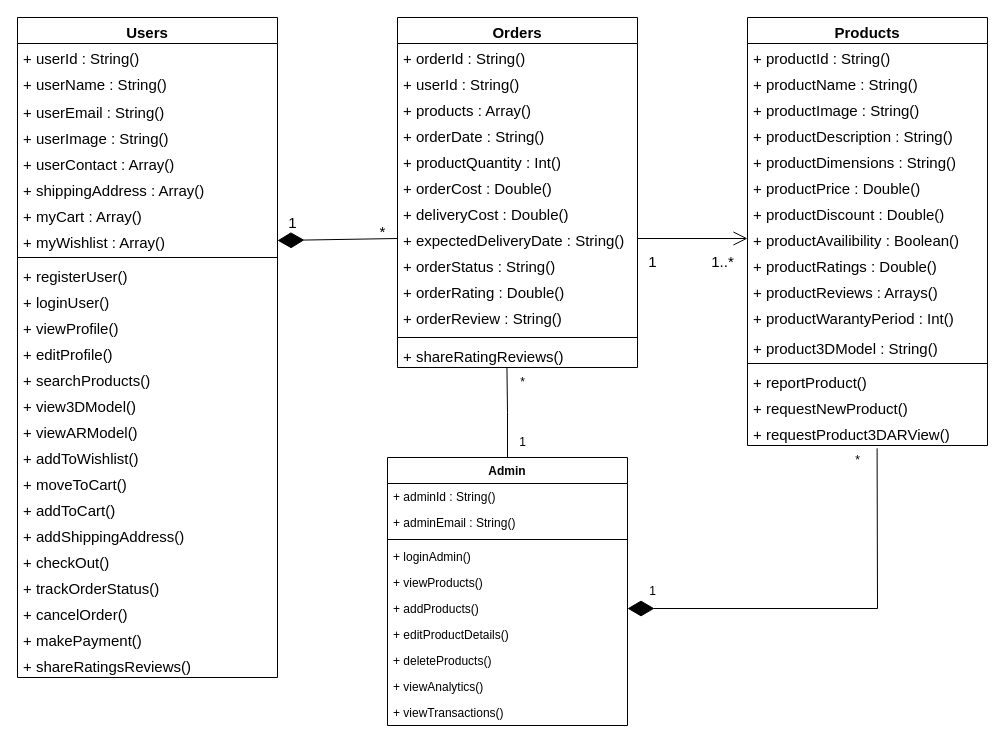
Above: classDiagram.drawio in v1kasjaiswal/UnrealFurniture (draw.io), before the change. Source tidied: cells renumbered, new cells numbered last; positions are measured from the earlier drawing's top-left corner, leaving out a move shared by most shapes. Both pictures are drawn from the tidied source at 100%, with x=0, y=0 at pixel (17, 17).
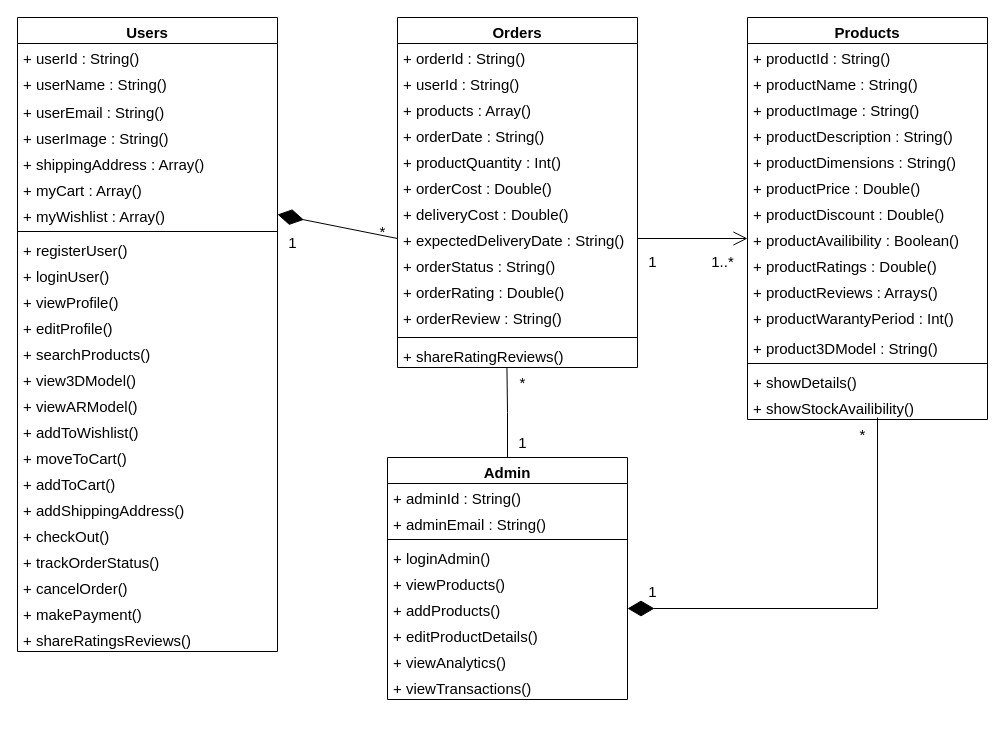
Above is the later version.

The edit, as a diff of the source:
```diff
@@
     <mxCell id="2" value="Users" style="swimlane;fontStyle=1;align=center;verticalAlign=top;horizontal=1;startSize=26;whiteSpace=wrap;html=1;fontSize=15;" parent="1" vertex="1">
-      <mxGeometry width="260" height="660" as="geometry" />
+      <mxGeometry width="260" height="634" as="geometry" />
     </mxCell>
@@
-    <mxCell id="7" value="+ userContact : Array()" style="text;strokeColor=none;fillColor=none;align=left;verticalAlign=top;spacingLeft=4;spacingRight=4;overflow=hidden;whiteSpace=wrap;html=1;fontSize=15;" parent="2" vertex="1">
-      <mxGeometry y="132" width="260" height="26" as="geometry" />
-    </mxCell>
     <mxCell id="8" value="+ shippingAddress : Array()" style="text;strokeColor=none;fillColor=none;align=left;verticalAlign=top;spacingLeft=4;spacingRight=4;overflow=hidden;whiteSpace=wrap;html=1;fontSize=15;" parent="2" vertex="1">
-      <mxGeometry y="158" width="260" height="26" as="geometry" />
+      <mxGeometry y="132" width="260" height="26" as="geometry" />
     </mxCell>
     <mxCell id="9" value="+ myCart : Array()" style="text;strokeColor=none;fillColor=none;align=left;verticalAlign=top;spacingLeft=4;spacingRight=4;overflow=hidden;whiteSpace=wrap;html=1;fontSize=15;" parent="2" vertex="1">
-      <mxGeometry y="184" width="260" height="26" as="geometry" />
+      <mxGeometry y="158" width="260" height="26" as="geometry" />
     </mxCell>
     <mxCell id="10" value="+ myWishlist : Array()" style="text;strokeColor=none;fillColor=none;align=left;verticalAlign=top;spacingLeft=4;spacingRight=4;overflow=hidden;points=[[0,0.5],[1,0.5]];portConstraint=eastwest;whiteSpace=wrap;html=1;fontSize=15;" parent="2" vertex="1">
-      <mxGeometry y="210" width="260" height="26" as="geometry" />
+      <mxGeometry y="184" width="260" height="26" as="geometry" />
     </mxCell>
     <mxCell id="11" style="line;strokeWidth=1;fillColor=none;align=left;verticalAlign=middle;spacingTop=-1;spacingLeft=3;spacingRight=3;labelPosition=right;strokeColor=inherit;fontSize=15;" parent="2" vertex="1">
-      <mxGeometry y="236" width="260" height="8" as="geometry" />
+      <mxGeometry y="210" width="260" height="8" as="geometry" />
     </mxCell>
     <mxCell id="12" value="+ registerUser()" style="text;strokeColor=none;fillColor=none;align=left;verticalAlign=top;spacingLeft=4;spacingRight=4;overflow=hidden;whiteSpace=wrap;html=1;fontSize=15;" parent="2" vertex="1">
-      <mxGeometry y="244" width="260" height="26" as="geometry" />
+      <mxGeometry y="218" width="260" height="26" as="geometry" />
     </mxCell>
     <mxCell id="13" value="+ loginUser()" style="text;strokeColor=none;fillColor=none;align=left;verticalAlign=top;spacingLeft=4;spacingRight=4;overflow=hidden;whiteSpace=wrap;html=1;fontSize=15;" parent="2" vertex="1">
-      <mxGeometry y="270" width="260" height="26" as="geometry" />
+      <mxGeometry y="244" width="260" height="26" as="geometry" />
     </mxCell>
     <mxCell id="14" value="+ viewProfile()" style="text;strokeColor=none;fillColor=none;align=left;verticalAlign=top;spacingLeft=4;spacingRight=4;overflow=hidden;whiteSpace=wrap;html=1;fontSize=15;" parent="2" vertex="1">
-      <mxGeometry y="296" width="260" height="26" as="geometry" />
+      <mxGeometry y="270" width="260" height="26" as="geometry" />
     </mxCell>
     <mxCell id="15" value="+ editProfile()" style="text;strokeColor=none;fillColor=none;align=left;verticalAlign=top;spacingLeft=4;spacingRight=4;overflow=hidden;whiteSpace=wrap;html=1;fontSize=15;" parent="2" vertex="1">
-      <mxGeometry y="322" width="260" height="26" as="geometry" />
+      <mxGeometry y="296" width="260" height="26" as="geometry" />
     </mxCell>
     <mxCell id="16" value="+ searchProducts()" style="text;strokeColor=none;fillColor=none;align=left;verticalAlign=top;spacingLeft=4;spacingRight=4;overflow=hidden;whiteSpace=wrap;html=1;fontSize=15;" parent="2" vertex="1">
-      <mxGeometry y="348" width="260" height="26" as="geometry" />
+      <mxGeometry y="322" width="260" height="26" as="geometry" />
     </mxCell>
     <mxCell id="17" value="+ view3DModel()" style="text;strokeColor=none;fillColor=none;align=left;verticalAlign=top;spacingLeft=4;spacingRight=4;overflow=hidden;whiteSpace=wrap;html=1;fontSize=15;" parent="2" vertex="1">
-      <mxGeometry y="374" width="260" height="26" as="geometry" />
+      <mxGeometry y="348" width="260" height="26" as="geometry" />
     </mxCell>
     <mxCell id="18" value="+ viewARModel()" style="text;strokeColor=none;fillColor=none;align=left;verticalAlign=top;spacingLeft=4;spacingRight=4;overflow=hidden;whiteSpace=wrap;html=1;fontSize=15;" parent="2" vertex="1">
-      <mxGeometry y="400" width="260" height="26" as="geometry" />
+      <mxGeometry y="374" width="260" height="26" as="geometry" />
     </mxCell>
     <mxCell id="19" value="+ addToWishlist()" style="text;strokeColor=none;fillColor=none;align=left;verticalAlign=top;spacingLeft=4;spacingRight=4;overflow=hidden;whiteSpace=wrap;html=1;fontSize=15;" parent="2" vertex="1">
-      <mxGeometry y="426" width="260" height="26" as="geometry" />
+      <mxGeometry y="400" width="260" height="26" as="geometry" />
     </mxCell>
     <mxCell id="20" value="+ moveToCart()" style="text;strokeColor=none;fillColor=none;align=left;verticalAlign=top;spacingLeft=4;spacingRight=4;overflow=hidden;whiteSpace=wrap;html=1;fontSize=15;" parent="2" vertex="1">
-      <mxGeometry y="452" width="260" height="26" as="geometry" />
+      <mxGeometry y="426" width="260" height="26" as="geometry" />
     </mxCell>
     <mxCell id="21" value="+ addToCart()" style="text;strokeColor=none;fillColor=none;align=left;verticalAlign=top;spacingLeft=4;spacingRight=4;overflow=hidden;whiteSpace=wrap;html=1;fontSize=15;" parent="2" vertex="1">
-      <mxGeometry y="478" width="260" height="26" as="geometry" />
+      <mxGeometry y="452" width="260" height="26" as="geometry" />
     </mxCell>
     <mxCell id="22" value="+ addShippingAddress()" style="text;strokeColor=none;fillColor=none;align=left;verticalAlign=top;spacingLeft=4;spacingRight=4;overflow=hidden;whiteSpace=wrap;html=1;fontSize=15;" parent="2" vertex="1">
-      <mxGeometry y="504" width="260" height="26" as="geometry" />
+      <mxGeometry y="478" width="260" height="26" as="geometry" />
     </mxCell>
     <mxCell id="23" value="+ checkOut()" style="text;strokeColor=none;fillColor=none;align=left;verticalAlign=top;spacingLeft=4;spacingRight=4;overflow=hidden;whiteSpace=wrap;html=1;fontSize=15;" parent="2" vertex="1">
-      <mxGeometry y="530" width="260" height="26" as="geometry" />
+      <mxGeometry y="504" width="260" height="26" as="geometry" />
     </mxCell>
     <mxCell id="24" value="+ trackOrderStatus()" style="text;strokeColor=none;fillColor=none;align=left;verticalAlign=top;spacingLeft=4;spacingRight=4;overflow=hidden;whiteSpace=wrap;html=1;fontSize=15;" parent="2" vertex="1">
-      <mxGeometry y="556" width="260" height="26" as="geometry" />
+      <mxGeometry y="530" width="260" height="26" as="geometry" />
     </mxCell>
     <mxCell id="25" value="+ cancelOrder()" style="text;strokeColor=none;fillColor=none;align=left;verticalAlign=top;spacingLeft=4;spacingRight=4;overflow=hidden;whiteSpace=wrap;html=1;fontSize=15;" parent="2" vertex="1">
-      <mxGeometry y="582" width="260" height="26" as="geometry" />
+      <mxGeometry y="556" width="260" height="26" as="geometry" />
     </mxCell>
     <mxCell id="26" value="+ makePayment()" style="text;strokeColor=none;fillColor=none;align=left;verticalAlign=top;spacingLeft=4;spacingRight=4;overflow=hidden;whiteSpace=wrap;html=1;fontSize=15;" parent="2" vertex="1">
-      <mxGeometry y="608" width="260" height="26" as="geometry" />
+      <mxGeometry y="582" width="260" height="26" as="geometry" />
     </mxCell>
     <mxCell id="27" value="+ shareRatingsReviews()" style="text;strokeColor=none;fillColor=none;align=left;verticalAlign=top;spacingLeft=4;spacingRight=4;overflow=hidden;whiteSpace=wrap;html=1;fontSize=15;" parent="2" vertex="1">
-      <mxGeometry y="634" width="260" height="26" as="geometry" />
+      <mxGeometry y="608" width="260" height="26" as="geometry" />
     </mxCell>
     <mxCell id="28" value="Products" style="swimlane;fontStyle=1;align=center;verticalAlign=top;horizontal=1;startSize=26;whiteSpace=wrap;html=1;fontSize=15;" parent="1" vertex="1">
-      <mxGeometry x="730" width="240" height="428" as="geometry" />
+      <mxGeometry x="730" width="240" height="402" as="geometry" />
     </mxCell>
@@
-    <mxCell id="42" value="+ reportProduct()" style="text;strokeColor=none;fillColor=none;align=left;verticalAlign=top;spacingLeft=4;spacingRight=4;overflow=hidden;whiteSpace=wrap;html=1;fontSize=15;" parent="28" vertex="1">
+    <mxCell id="42" value="+ showDetails()" style="text;strokeColor=none;fillColor=none;align=left;verticalAlign=top;spacingLeft=4;spacingRight=4;overflow=hidden;whiteSpace=wrap;html=1;fontSize=15;" parent="28" vertex="1">
       <mxGeometry y="350" width="240" height="26" as="geometry" />
     </mxCell>
-    <mxCell id="43" value="+ requestNewProduct()" style="text;strokeColor=none;fillColor=none;align=left;verticalAlign=top;spacingLeft=4;spacingRight=4;overflow=hidden;whiteSpace=wrap;html=1;fontSize=15;" parent="28" vertex="1">
-      <mxGeometry y="376" width="240" height="26" as="geometry" />
-    </mxCell>
-    <mxCell id="44" value="+ requestProduct3DARView()" style="text;strokeColor=none;fillColor=none;align=left;verticalAlign=top;spacingLeft=4;spacingRight=4;overflow=hidden;points=[[0,0.5],[1,0.5]];portConstraint=eastwest;whiteSpace=wrap;html=1;fontSize=15;" parent="28" vertex="1">
-      <mxGeometry y="402" width="240" height="26" as="geometry" />
-    </mxCell>
+    <mxCell id="82" value="+ showStockAvailibility()" style="text;strokeColor=none;fillColor=none;align=left;verticalAlign=top;spacingLeft=4;spacingRight=4;overflow=hidden;whiteSpace=wrap;html=1;fontSize=15;" parent="28" vertex="1">
+      <mxGeometry y="376" width="240" height="26" as="geometry" />
+    </mxCell>
@@
-    <mxCell id="60" value="&lt;font style=&quot;font-size: 15px;&quot;&gt;1&lt;/font&gt;" style="text;html=1;align=center;verticalAlign=middle;strokeColor=none;fillColor=none;" parent="1" vertex="1">
-      <mxGeometry x="260" y="190" width="30" height="30" as="geometry" />
+    <mxCell id="60" value="&lt;font style=&quot;font-size: 15px;&quot;&gt;1&lt;/font&gt;" style="text;html=1;align=center;verticalAlign=middle;strokeColor=none;fillColor=none;fontSize=15;" parent="1" vertex="1">
+      <mxGeometry x="260" y="210" width="30" height="30" as="geometry" />
     </mxCell>
-    <mxCell id="61" value="&lt;font style=&quot;font-size: 15px;&quot;&gt;*&lt;/font&gt;" style="text;html=1;align=center;verticalAlign=middle;strokeColor=none;fillColor=none;" parent="1" vertex="1">
+    <mxCell id="61" value="&lt;font style=&quot;font-size: 15px;&quot;&gt;*&lt;/font&gt;" style="text;html=1;align=center;verticalAlign=middle;strokeColor=none;fillColor=none;fontSize=15;" parent="1" vertex="1">
       <mxGeometry x="350" y="199" width="30" height="30" as="geometry" />
     </mxCell>
-    <mxCell id="62" value="&lt;font style=&quot;font-size: 15px;&quot;&gt;1&lt;/font&gt;" style="text;html=1;align=center;verticalAlign=middle;strokeColor=none;fillColor=none;" parent="1" vertex="1">
+    <mxCell id="62" value="&lt;font style=&quot;font-size: 15px;&quot;&gt;1&lt;/font&gt;" style="text;html=1;align=center;verticalAlign=middle;strokeColor=none;fillColor=none;fontSize=15;" parent="1" vertex="1">
       <mxGeometry x="620" y="229" width="30" height="30" as="geometry" />
     </mxCell>
-    <mxCell id="63" value="&lt;font style=&quot;font-size: 15px;&quot;&gt;1..*&lt;/font&gt;" style="text;html=1;align=center;verticalAlign=middle;strokeColor=none;fillColor=none;" parent="1" vertex="1">
+    <mxCell id="63" value="&lt;font style=&quot;font-size: 15px;&quot;&gt;1..*&lt;/font&gt;" style="text;html=1;align=center;verticalAlign=middle;strokeColor=none;fillColor=none;fontSize=15;" parent="1" vertex="1">
       <mxGeometry x="680" y="229" width="50" height="30" as="geometry" />
     </mxCell>
@@
-    <mxCell id="65" value="Admin" style="swimlane;fontStyle=1;align=center;verticalAlign=top;horizontal=1;startSize=26;whiteSpace=wrap;html=1;" parent="1" vertex="1">
-      <mxGeometry x="370" y="440" width="240" height="268" as="geometry" />
+    <mxCell id="65" value="Admin" style="swimlane;fontStyle=1;align=center;verticalAlign=top;horizontal=1;startSize=26;whiteSpace=wrap;html=1;fontSize=15;" parent="1" vertex="1">
+      <mxGeometry x="370" y="440" width="240" height="242" as="geometry" />
     </mxCell>
-    <mxCell id="66" value="+ adminId : String()" style="text;strokeColor=none;fillColor=none;align=left;verticalAlign=top;spacingLeft=4;spacingRight=4;overflow=hidden;whiteSpace=wrap;html=1;" parent="65" vertex="1">
+    <mxCell id="66" value="+ adminId : String()" style="text;strokeColor=none;fillColor=none;align=left;verticalAlign=top;spacingLeft=4;spacingRight=4;overflow=hidden;whiteSpace=wrap;html=1;fontSize=15;" parent="65" vertex="1">
       <mxGeometry y="26" width="240" height="26" as="geometry" />
     </mxCell>
-    <mxCell id="67" value="+ adminEmail : String()" style="text;strokeColor=none;fillColor=none;align=left;verticalAlign=top;spacingLeft=4;spacingRight=4;overflow=hidden;whiteSpace=wrap;html=1;" parent="65" vertex="1">
+    <mxCell id="67" value="+ adminEmail : String()" style="text;strokeColor=none;fillColor=none;align=left;verticalAlign=top;spacingLeft=4;spacingRight=4;overflow=hidden;whiteSpace=wrap;html=1;fontSize=15;" parent="65" vertex="1">
       <mxGeometry y="52" width="240" height="26" as="geometry" />
     </mxCell>
@@
-    <mxCell id="69" value="+ loginAdmin()" style="text;strokeColor=none;fillColor=none;align=left;verticalAlign=top;spacingLeft=4;spacingRight=4;overflow=hidden;whiteSpace=wrap;html=1;" parent="65" vertex="1">
+    <mxCell id="69" value="+ loginAdmin()" style="text;strokeColor=none;fillColor=none;align=left;verticalAlign=top;spacingLeft=4;spacingRight=4;overflow=hidden;whiteSpace=wrap;html=1;fontSize=15;" parent="65" vertex="1">
       <mxGeometry y="86" width="240" height="26" as="geometry" />
     </mxCell>
-    <mxCell id="70" value="+ viewProducts()" style="text;strokeColor=none;fillColor=none;align=left;verticalAlign=top;spacingLeft=4;spacingRight=4;overflow=hidden;whiteSpace=wrap;html=1;" parent="65" vertex="1">
+    <mxCell id="70" value="+ viewProducts()" style="text;strokeColor=none;fillColor=none;align=left;verticalAlign=top;spacingLeft=4;spacingRight=4;overflow=hidden;whiteSpace=wrap;html=1;fontSize=15;" parent="65" vertex="1">
       <mxGeometry y="112" width="240" height="26" as="geometry" />
     </mxCell>
-    <mxCell id="71" value="+ addProducts()" style="text;strokeColor=none;fillColor=none;align=left;verticalAlign=top;spacingLeft=4;spacingRight=4;overflow=hidden;points=[[0,0.5],[1,0.5]];portConstraint=eastwest;whiteSpace=wrap;html=1;" parent="65" vertex="1">
+    <mxCell id="71" value="+ addProducts()" style="text;strokeColor=none;fillColor=none;align=left;verticalAlign=top;spacingLeft=4;spacingRight=4;overflow=hidden;points=[[0,0.5],[1,0.5]];portConstraint=eastwest;whiteSpace=wrap;html=1;fontSize=15;" parent="65" vertex="1">
       <mxGeometry y="138" width="240" height="26" as="geometry" />
     </mxCell>
-    <mxCell id="72" value="+ editProductDetails()" style="text;strokeColor=none;fillColor=none;align=left;verticalAlign=top;spacingLeft=4;spacingRight=4;overflow=hidden;whiteSpace=wrap;html=1;" parent="65" vertex="1">
+    <mxCell id="72" value="+ editProductDetails()" style="text;strokeColor=none;fillColor=none;align=left;verticalAlign=top;spacingLeft=4;spacingRight=4;overflow=hidden;whiteSpace=wrap;html=1;fontSize=15;" parent="65" vertex="1">
       <mxGeometry y="164" width="240" height="26" as="geometry" />
     </mxCell>
-    <mxCell id="73" value="+ deleteProducts()" style="text;strokeColor=none;fillColor=none;align=left;verticalAlign=top;spacingLeft=4;spacingRight=4;overflow=hidden;whiteSpace=wrap;html=1;" parent="65" vertex="1">
-      <mxGeometry y="190" width="240" height="26" as="geometry" />
-    </mxCell>
-    <mxCell id="74" value="+ viewAnalytics()" style="text;strokeColor=none;fillColor=none;align=left;verticalAlign=top;spacingLeft=4;spacingRight=4;overflow=hidden;whiteSpace=wrap;html=1;" parent="65" vertex="1">
-      <mxGeometry y="216" width="240" height="26" as="geometry" />
+    <mxCell id="74" value="+ viewAnalytics()" style="text;strokeColor=none;fillColor=none;align=left;verticalAlign=top;spacingLeft=4;spacingRight=4;overflow=hidden;whiteSpace=wrap;html=1;fontSize=15;" parent="65" vertex="1">
+      <mxGeometry y="190" width="240" height="26" as="geometry" />
     </mxCell>
-    <mxCell id="75" value="+ viewTransactions()" style="text;strokeColor=none;fillColor=none;align=left;verticalAlign=top;spacingLeft=4;spacingRight=4;overflow=hidden;whiteSpace=wrap;html=1;" parent="65" vertex="1">
-      <mxGeometry y="242" width="240" height="26" as="geometry" />
+    <mxCell id="75" value="+ viewTransactions()" style="text;strokeColor=none;fillColor=none;align=left;verticalAlign=top;spacingLeft=4;spacingRight=4;overflow=hidden;whiteSpace=wrap;html=1;fontSize=15;" parent="65" vertex="1">
+      <mxGeometry y="216" width="240" height="26" as="geometry" />
     </mxCell>
-    <mxCell id="76" style="endArrow=diamondThin;endFill=1;endSize=24;html=1;rounded=0;entryX=1;entryY=0.5;entryDx=0;entryDy=0;exitX=0.54;exitY=1.11;exitDx=0;exitDy=0;exitPerimeter=0;" parent="1" edge="1" source="44" target="71">
+    <mxCell id="76" style="endArrow=diamondThin;endFill=1;endSize=24;html=1;rounded=0;entryX=1;entryY=0.5;entryDx=0;entryDy=0;" parent="1" edge="1" target="71">
       <mxGeometry relative="1" as="geometry">
+        <mxPoint x="860" y="400" as="sourcePoint" />
         <Array as="points">
           <mxPoint x="860" y="591" />
         </Array>
       </mxGeometry>
     </mxCell>
-    <mxCell id="77" value="1" style="text;html=1;align=center;verticalAlign=middle;strokeColor=none;fillColor=none;" parent="1" vertex="1">
+    <mxCell id="77" value="1" style="text;html=1;align=center;verticalAlign=middle;strokeColor=none;fillColor=none;fontSize=15;" parent="1" vertex="1">
       <mxGeometry x="620" y="559" width="30" height="30" as="geometry" />
     </mxCell>
-    <mxCell id="78" value="*" style="text;html=1;align=center;verticalAlign=middle;strokeColor=none;fillColor=none;" parent="1" vertex="1">
-      <mxGeometry x="825" y="428" width="30" height="30" as="geometry" />
+    <mxCell id="78" value="*" style="text;html=1;align=center;verticalAlign=middle;strokeColor=none;fillColor=none;fontSize=15;" parent="1" vertex="1">
+      <mxGeometry x="830" y="402" width="30" height="30" as="geometry" />
     </mxCell>
@@
-    <mxCell id="80" value="1" style="text;html=1;align=center;verticalAlign=middle;strokeColor=none;fillColor=none;" parent="1" vertex="1">
+    <mxCell id="80" value="1" style="text;html=1;align=center;verticalAlign=middle;strokeColor=none;fillColor=none;fontSize=15;" parent="1" vertex="1">
       <mxGeometry x="490" y="410" width="30" height="30" as="geometry" />
     </mxCell>
-    <mxCell id="81" value="*" style="text;html=1;align=center;verticalAlign=middle;strokeColor=none;fillColor=none;" parent="1" vertex="1">
+    <mxCell id="81" value="*" style="text;html=1;align=center;verticalAlign=middle;strokeColor=none;fillColor=none;fontSize=15;" parent="1" vertex="1">
       <mxGeometry x="490" y="350" width="30" height="30" as="geometry" />
     </mxCell>
```
